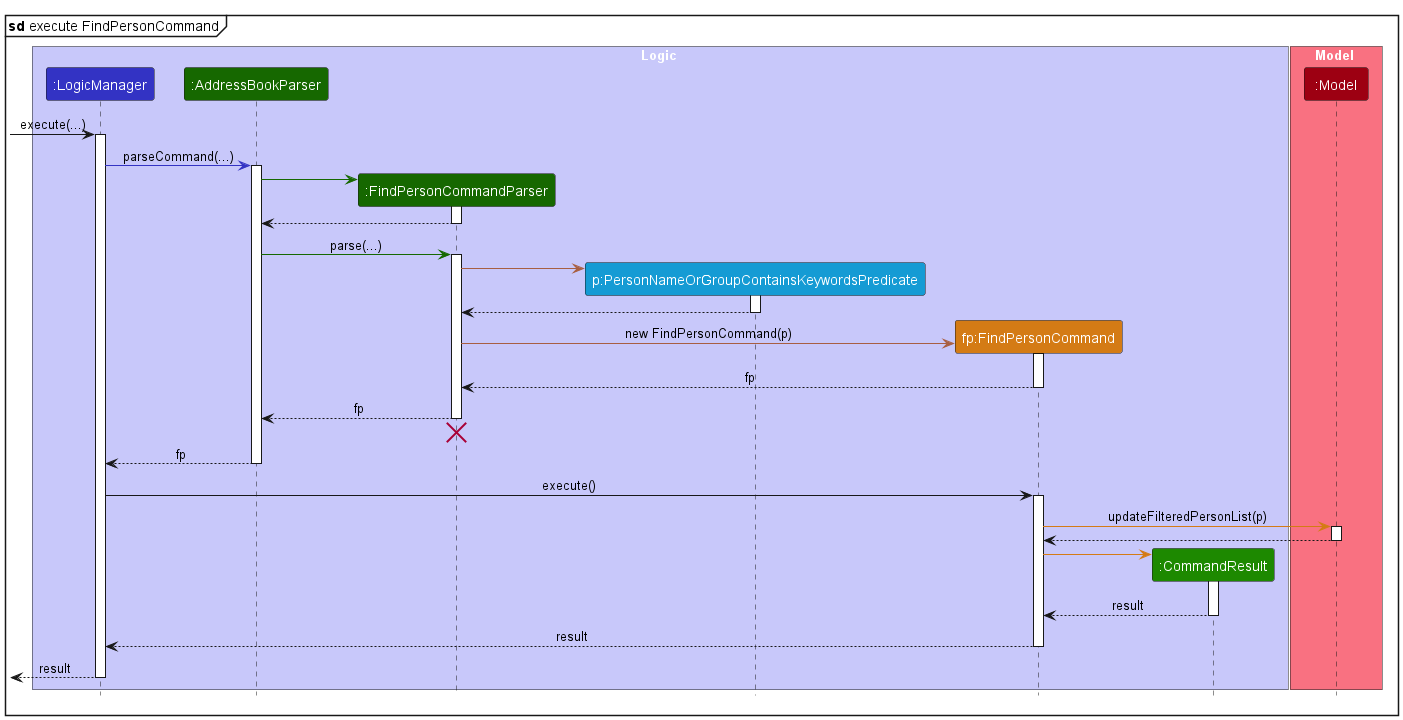
This is docs/images/FindPersonSequenceDiagram.png from nus-cs2103-AY2324S1/tp, a PlantUML export, as it was before one commit.
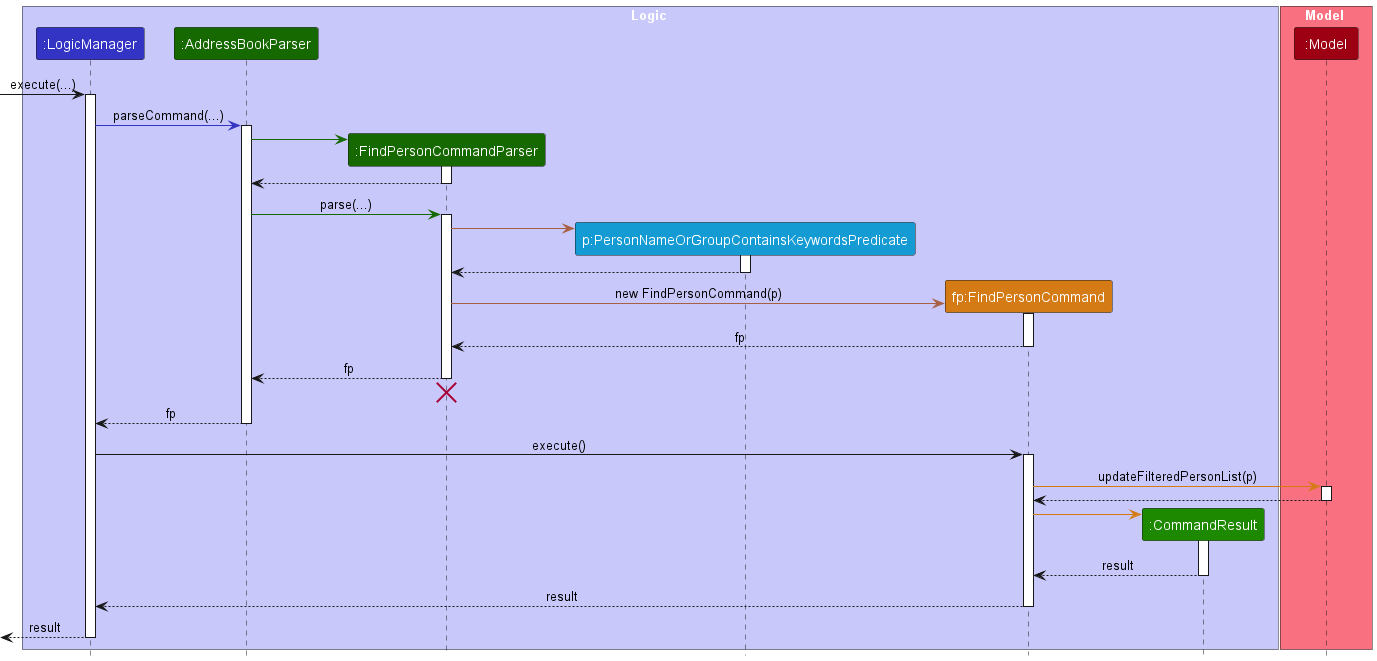
The same file after the commit.

Commit message:
Fix sequence diagram bugs

The edit, as a diff of the source:
```diff
@@ -1,8 +1,6 @@
 @startuml
 !include style.puml
 skinparam ArrowFontStyle plain
-
-mainframe **sd** execute FindPersonCommand
 
 box Logic LOGIC_COLOR_T1
 participant ":LogicManager" as Logic LOGIC_COLOR
```
